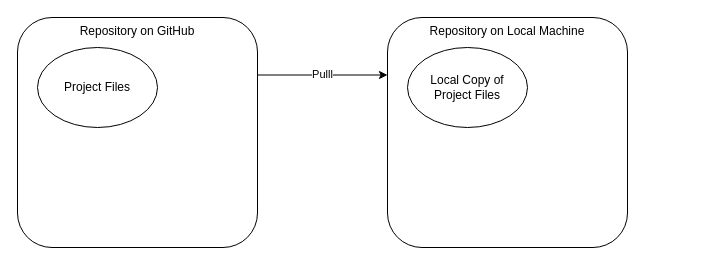
RebeccaKelble/Analytical-Workflows---IB516 keeps this draw.io diagram as Untitled Diagram.drawio. Above is the earlier version. Source tidied: cells renumbered, new cells numbered last; positions are measured from the earlier drawing's top-left corner, leaving out a move shared by most shapes. Both pictures are drawn from the tidied source at 100%, with x=0, y=0 at pixel (17, 17).
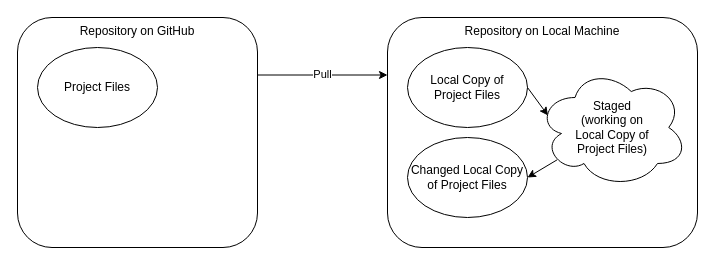
Above is the later version.

Commit message:
Update GitHub Workflow Diagram.drawio

Diff of the diagram source:
```diff
@@
 <mxGraphModel>
   <root>
     <mxCell id="0" />
     <mxCell id="1" parent="0" />
     <mxCell id="2" value="Repository on Local Machine" style="rounded=1;whiteSpace=wrap;html=1;fontSize=12;glass=0;strokeWidth=1;shadow=0;verticalAlign=top;" parent="1" vertex="1">
-      <mxGeometry x="370" width="240" height="230" as="geometry" />
+      <mxGeometry x="370" width="310" height="230" as="geometry" />
     </mxCell>
     <mxCell id="3" value="Local Copy of &lt;br&gt;Project Files" style="ellipse;whiteSpace=wrap;html=1;" parent="1" vertex="1">
       <mxGeometry x="390" y="30" width="120" height="80" as="geometry" />
     </mxCell>
     <mxCell id="4" value="Repository on GitHub" style="rounded=1;whiteSpace=wrap;html=1;fontSize=12;glass=0;strokeWidth=1;shadow=0;verticalAlign=top;" parent="1" vertex="1">
       <mxGeometry width="240" height="230" as="geometry" />
     </mxCell>
     <mxCell id="5" value="Project Files" style="ellipse;whiteSpace=wrap;html=1;" parent="1" vertex="1">
       <mxGeometry x="20" y="30" width="120" height="80" as="geometry" />
     </mxCell>
-    <mxCell id="6" value="Pulll" style="endArrow=classic;html=1;rounded=0;exitX=1;exitY=0.25;exitDx=0;exitDy=0;entryX=0;entryY=0.25;entryDx=0;entryDy=0;" parent="1" edge="1" source="4" target="2">
+    <mxCell id="6" value="Pull" style="endArrow=classic;html=1;rounded=0;exitX=1;exitY=0.25;exitDx=0;exitDy=0;entryX=0;entryY=0.25;entryDx=0;entryDy=0;" parent="1" edge="1" source="4" target="2">
       <mxGeometry relative="1" as="geometry" />
     </mxCell>
+    <mxCell id="7" value="Changed Local Copy of Project Files" style="ellipse;whiteSpace=wrap;html=1;" parent="1" vertex="1">
+      <mxGeometry x="390" y="120" width="120" height="80" as="geometry" />
+    </mxCell>
+    <mxCell id="8" style="endArrow=classic;html=1;rounded=0;entryX=0.07;entryY=0.4;entryDx=0;entryDy=0;exitX=1;exitY=0.5;exitDx=0;exitDy=0;entryPerimeter=0;" parent="1" edge="1" source="3" target="9">
+      <mxGeometry x="-0.14" y="18" relative="1" as="geometry" />
+    </mxCell>
+    <mxCell id="9" value="Staged&lt;br&gt;(working on &lt;br&gt;Local Copy of &lt;br&gt;Project Files)" style="ellipse;shape=cloud;whiteSpace=wrap;html=1;" parent="1" vertex="1">
+      <mxGeometry x="520" y="50" width="150" height="120" as="geometry" />
+    </mxCell>
+    <mxCell id="10" style="endArrow=classic;html=1;rounded=0;exitX=0.13;exitY=0.77;exitDx=0;exitDy=0;exitPerimeter=0;entryX=1;entryY=0.5;entryDx=0;entryDy=0;" parent="1" edge="1" source="9" target="7">
+      <mxGeometry x="-0.14" y="18" relative="1" as="geometry" />
+    </mxCell>
   </root>
 </mxGraphModel>
```
